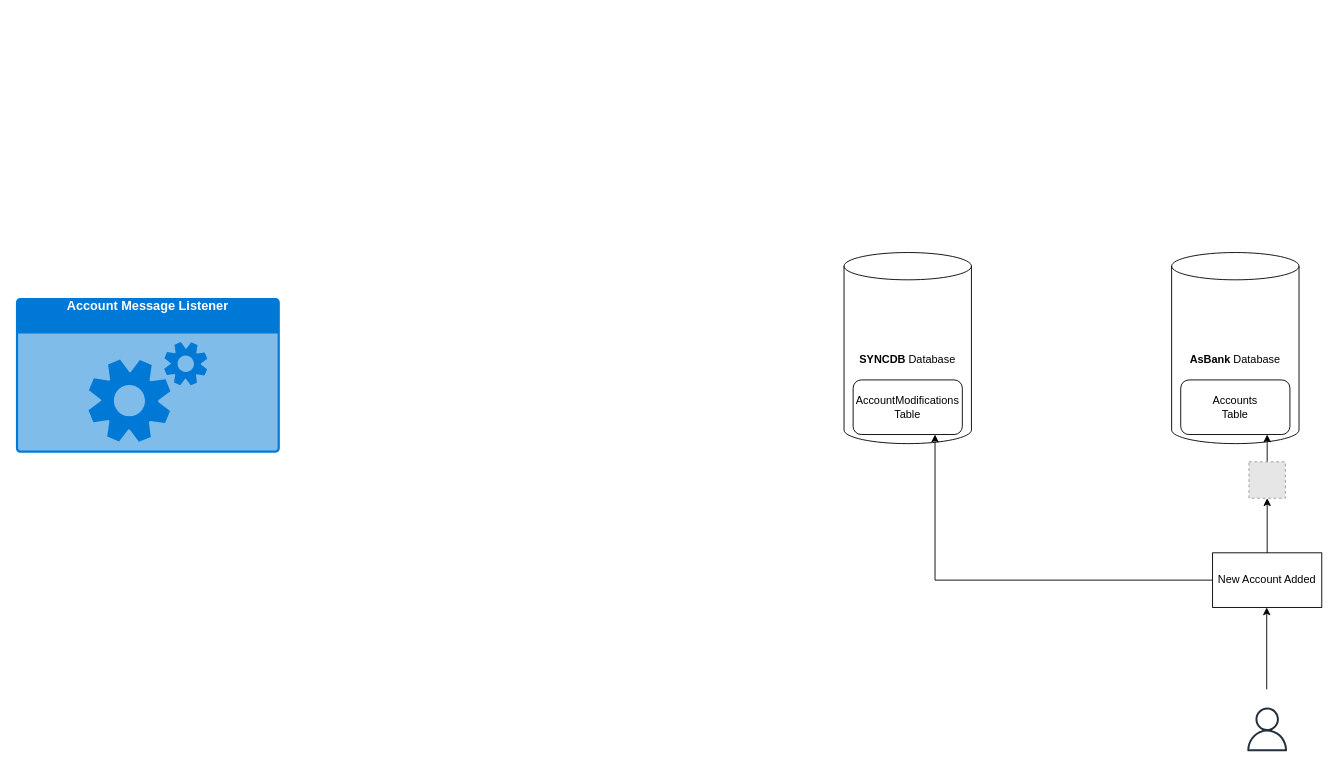
This is SqlDependency Adapter.drawio from ghazaryan-arthur/Draw, a draw.io file, before an edit. Source tidied: cells renumbered, new cells numbered last; positions are measured from the earlier drawing's top-left corner, leaving out a move shared by most shapes. Both pictures are drawn from the tidied source at 91%, with x=0, y=0 at pixel (15, 252). Pictures stored in the file or linked from it are replaced by grey dashed boxes.
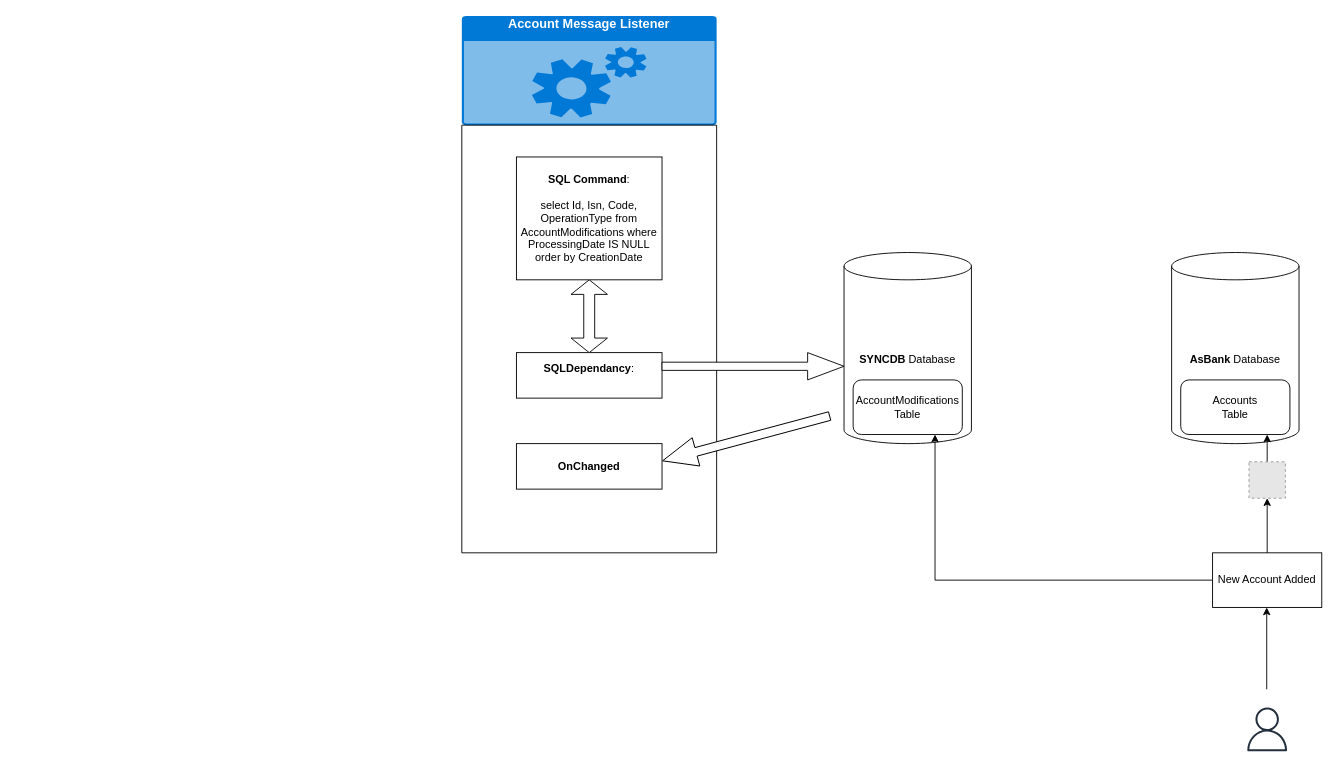
After the change.

Change to the diagram source:
```diff
@@
     <mxCell id="13" value="Account Message Listener" style="html=1;whiteSpace=wrap;strokeColor=none;fillColor=#0079D6;labelPosition=center;verticalLabelPosition=middle;verticalAlign=top;align=center;fontSize=14;spacingTop=-6;fontColor=#FFFFFF;sketch=0;shape=mxgraph.sitemap.services;fontStyle=1;" parent="1" vertex="1">
-      <mxGeometry y="50" width="290" height="170" as="geometry" />
+      <mxGeometry x="490" y="-260" width="280" height="120" as="geometry" />
     </mxCell>
+    <mxCell id="14" style="swimlane;startSize=0;" parent="1" vertex="1">
+      <mxGeometry x="490" y="-140" width="280" height="470" as="geometry" />
+    </mxCell>
+    <mxCell id="15" value="&lt;b&gt;SQLDependancy&lt;/b&gt;:&lt;br&gt;&lt;br&gt;" style="rounded=0;whiteSpace=wrap;html=1;" parent="14" vertex="1">
+      <mxGeometry x="60" y="250" width="160" height="50" as="geometry" />
+    </mxCell>
+    <mxCell id="16" style="shape=doubleArrow;direction=south;whiteSpace=wrap;html=1;" parent="14" vertex="1">
+      <mxGeometry x="120" y="170" width="40" height="80" as="geometry" />
+    </mxCell>
+    <mxCell id="17" value="&lt;b&gt;SQL Command&lt;/b&gt;:&lt;br&gt;&lt;br&gt;select Id, Isn, Code, OperationType from AccountModifications where ProcessingDate IS NULL order by CreationDate" style="rounded=0;whiteSpace=wrap;html=1;" parent="14" vertex="1">
+      <mxGeometry x="60" y="35" width="160" height="135" as="geometry" />
+    </mxCell>
+    <mxCell id="18" value="&lt;b&gt;OnChanged&lt;/b&gt;" style="rounded=0;whiteSpace=wrap;html=1;" parent="14" vertex="1">
+      <mxGeometry x="60" y="350" width="160" height="50" as="geometry" />
+    </mxCell>
+    <mxCell id="19" style="shape=singleArrow;whiteSpace=wrap;html=1;" parent="1" vertex="1">
+      <mxGeometry x="710" y="110" width="200" height="30" as="geometry" />
+    </mxCell>
+    <mxCell id="20" style="shape=singleArrow;direction=west;whiteSpace=wrap;html=1;rotation=-15;" parent="1" vertex="1">
+      <mxGeometry x="707.4" y="188.2" width="190" height="32.2" as="geometry" />
+    </mxCell>
```
